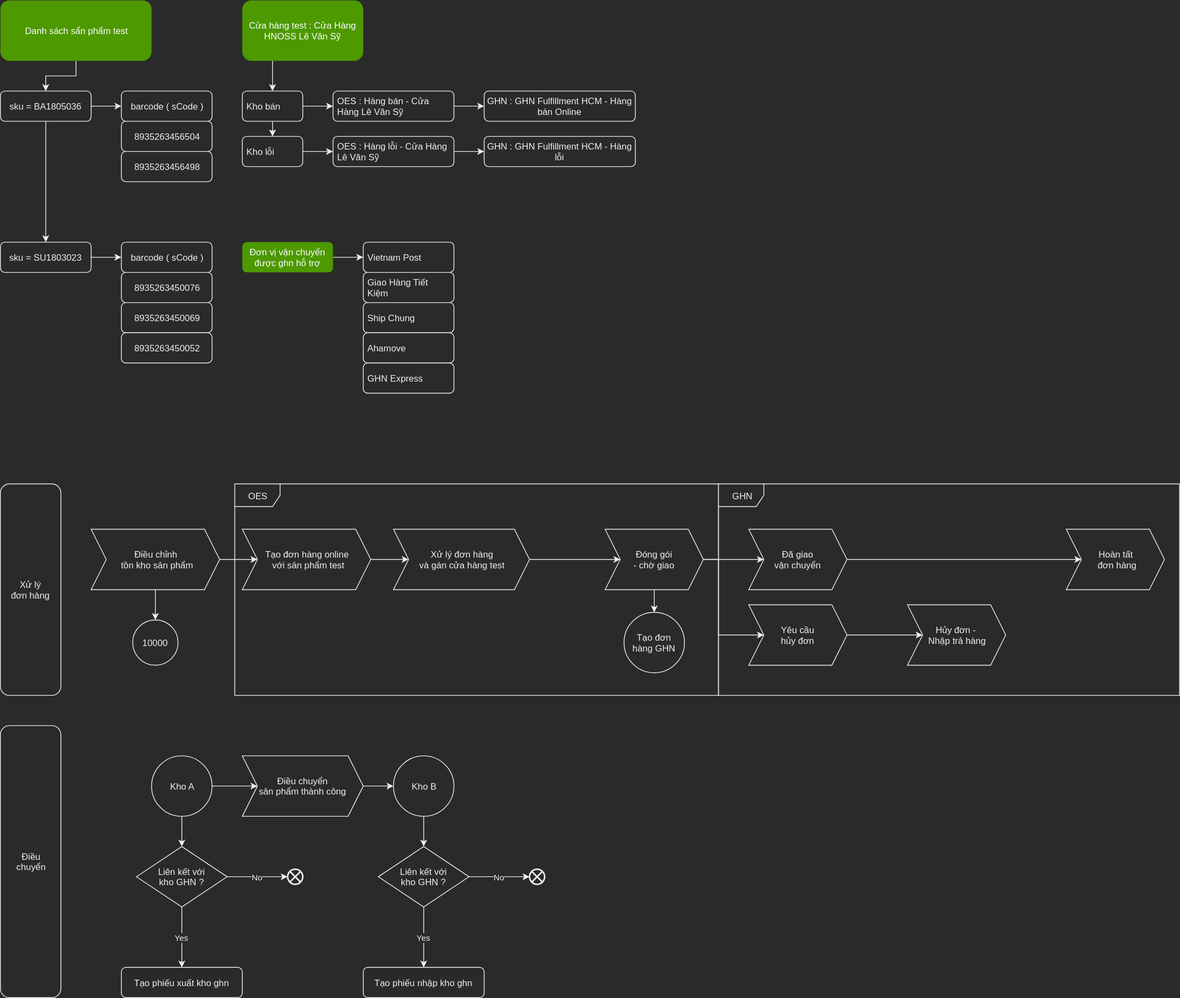
Before: OES-GHN-docs/flow-sync-oes-ghn.svg, a diagram exported from draw.io (hoangtd97/OES). Source tidied: cells renumbered, new cells last; positions are measured from the earlier drawing's top-left corner, leaving out a move shared by most shapes. Its diagram source:
```xml
<mxGraphModel background="#2A2A2A">
  <root>
    <mxCell id="0" />
    <mxCell id="1" parent="0" />
    <mxCell id="2" style="edgeStyle=orthogonalEdgeStyle;rounded=0;html=1;exitX=0.5;exitY=1;exitDx=0;exitDy=0;jettySize=auto;" parent="1" edge="1" source="3" target="6">
      <mxGeometry relative="1" as="geometry" />
    </mxCell>
    <mxCell id="3" value="Danh sách sẩn phẩm test" style="rounded=1;whiteSpace=wrap;html=1;fontSize=12;fontColor=#FFFFFF;strokeColor=none;fillColor=#4D9900;gradientColor=none;labelBackgroundColor=none;spacing=4;spacingLeft=0;spacingRight=0;" parent="1" vertex="1">
      <mxGeometry width="200" height="80" as="geometry" />
    </mxCell>
    <mxCell id="4" style="edgeStyle=orthogonalEdgeStyle;rounded=0;html=1;jettySize=auto;" parent="1" edge="1" source="6" target="7">
      <mxGeometry relative="1" as="geometry" />
    </mxCell>
    <mxCell id="5" style="edgeStyle=orthogonalEdgeStyle;rounded=0;html=1;exitX=0.5;exitY=1;exitDx=0;exitDy=0;entryX=0.5;entryY=0;entryDx=0;entryDy=0;jettySize=auto;" parent="1" edge="1" source="6" target="11">
      <mxGeometry relative="1" as="geometry" />
    </mxCell>
    <mxCell id="6" value="sku =&amp;nbsp;BA1805036" style="rounded=1;whiteSpace=wrap;html=1;" parent="1" vertex="1">
      <mxGeometry y="120" width="120" height="40" as="geometry" />
    </mxCell>
    <mxCell id="7" value="barcode ( sCode )" style="rounded=1;whiteSpace=wrap;html=1;" parent="1" vertex="1">
      <mxGeometry x="160" y="120" width="120" height="40" as="geometry" />
    </mxCell>
    <mxCell id="8" value="8935263456504" style="rounded=1;whiteSpace=wrap;html=1;" parent="1" vertex="1">
      <mxGeometry x="160" y="160" width="120" height="40" as="geometry" />
    </mxCell>
    <mxCell id="9" value="8935263456498" style="rounded=1;whiteSpace=wrap;html=1;" parent="1" vertex="1">
      <mxGeometry x="160" y="200" width="120" height="40" as="geometry" />
    </mxCell>
    <mxCell id="10" style="edgeStyle=orthogonalEdgeStyle;rounded=0;html=1;jettySize=auto;" parent="1" edge="1" source="11" target="12">
      <mxGeometry relative="1" as="geometry" />
    </mxCell>
    <mxCell id="11" value="sku =&amp;nbsp;SU1803023" style="rounded=1;whiteSpace=wrap;html=1;" parent="1" vertex="1">
      <mxGeometry y="320" width="120" height="40" as="geometry" />
    </mxCell>
    <mxCell id="12" value="barcode ( sCode )" style="rounded=1;whiteSpace=wrap;html=1;" parent="1" vertex="1">
      <mxGeometry x="160" y="320" width="120" height="40" as="geometry" />
    </mxCell>
    <mxCell id="13" value="8935263450076" style="rounded=1;whiteSpace=wrap;html=1;" parent="1" vertex="1">
      <mxGeometry x="160" y="360" width="120" height="40" as="geometry" />
    </mxCell>
    <mxCell id="14" value="8935263450069" style="rounded=1;whiteSpace=wrap;html=1;" parent="1" vertex="1">
      <mxGeometry x="160" y="400" width="120" height="40" as="geometry" />
    </mxCell>
    <mxCell id="15" value="8935263450052" style="rounded=1;whiteSpace=wrap;html=1;" parent="1" vertex="1">
      <mxGeometry x="160" y="440" width="120" height="40" as="geometry" />
    </mxCell>
    <mxCell id="16" style="edgeStyle=orthogonalEdgeStyle;rounded=0;html=1;exitX=0.25;exitY=1;exitDx=0;exitDy=0;entryX=0.5;entryY=0;entryDx=0;entryDy=0;jettySize=auto;" parent="1" edge="1" source="17" target="26">
      <mxGeometry relative="1" as="geometry" />
    </mxCell>
    <mxCell id="17" value="Cửa hàng test :&amp;nbsp;Cửa Hàng HNOSS Lê Văn Sỹ" style="rounded=1;whiteSpace=wrap;html=1;fontSize=12;fontColor=#FFFFFF;strokeColor=none;fillColor=#4D9900;gradientColor=none;labelBackgroundColor=none;spacing=4;spacingLeft=0;spacingRight=0;" parent="1" vertex="1">
      <mxGeometry x="320" width="160" height="80" as="geometry" />
    </mxCell>
    <mxCell id="18" style="edgeStyle=orthogonalEdgeStyle;rounded=0;html=1;jettySize=auto;" parent="1" edge="1" source="19" target="20">
      <mxGeometry relative="1" as="geometry" />
    </mxCell>
    <mxCell id="19" value="OES :&amp;nbsp;&lt;span&gt;Hàng bán - Cửa Hàng Lê Văn Sỹ&lt;/span&gt;" style="rounded=1;whiteSpace=wrap;html=1;align=left;spacing=5;" parent="1" vertex="1">
      <mxGeometry x="440" y="120" width="160" height="40" as="geometry" />
    </mxCell>
    <mxCell id="20" value="&lt;span&gt;GHN : GHN Fulfillment HCM -&amp;nbsp;&lt;/span&gt;&lt;span&gt;Hàng bán Online&lt;/span&gt;" style="rounded=1;whiteSpace=wrap;html=1;" parent="1" vertex="1">
      <mxGeometry x="640" y="120" width="200" height="40" as="geometry" />
    </mxCell>
    <mxCell id="21" style="edgeStyle=orthogonalEdgeStyle;rounded=0;html=1;jettySize=auto;" parent="1" edge="1" source="22" target="23">
      <mxGeometry relative="1" as="geometry" />
    </mxCell>
    <mxCell id="22" value="OES :&amp;nbsp;Hàng lỗi - Cửa Hàng Lê Văn Sỹ&lt;br&gt;" style="rounded=1;whiteSpace=wrap;html=1;align=left;spacing=5;" parent="1" vertex="1">
      <mxGeometry x="440" y="180" width="160" height="40" as="geometry" />
    </mxCell>
    <mxCell id="23" value="&lt;span&gt;GHN : GHN Fulfillment HCM -&amp;nbsp;&lt;/span&gt;&lt;span&gt;Hàng lỗi&lt;/span&gt;" style="rounded=1;whiteSpace=wrap;html=1;" parent="1" vertex="1">
      <mxGeometry x="640" y="180" width="200" height="40" as="geometry" />
    </mxCell>
    <mxCell id="24" style="edgeStyle=orthogonalEdgeStyle;rounded=0;html=1;exitX=1;exitY=0.5;exitDx=0;exitDy=0;entryX=0;entryY=0.5;entryDx=0;entryDy=0;jettySize=auto;" parent="1" edge="1" source="26" target="19">
      <mxGeometry relative="1" as="geometry" />
    </mxCell>
    <mxCell id="25" style="edgeStyle=orthogonalEdgeStyle;rounded=0;html=1;exitX=0.5;exitY=1;exitDx=0;exitDy=0;entryX=0.5;entryY=0;entryDx=0;entryDy=0;jettySize=auto;" parent="1" edge="1" source="26" target="28">
      <mxGeometry relative="1" as="geometry" />
    </mxCell>
    <mxCell id="26" value="Kho bán&lt;br&gt;" style="rounded=1;whiteSpace=wrap;html=1;align=left;spacing=5;" parent="1" vertex="1">
      <mxGeometry x="320" y="120" width="80" height="40" as="geometry" />
    </mxCell>
    <mxCell id="27" style="edgeStyle=orthogonalEdgeStyle;rounded=0;html=1;jettySize=auto;" parent="1" edge="1" source="28" target="22">
      <mxGeometry relative="1" as="geometry" />
    </mxCell>
    <mxCell id="28" value="Kho lỗi&lt;br&gt;" style="rounded=1;whiteSpace=wrap;html=1;align=left;spacing=5;" parent="1" vertex="1">
      <mxGeometry x="320" y="180" width="80" height="40" as="geometry" />
    </mxCell>
    <mxCell id="29" style="edgeStyle=orthogonalEdgeStyle;rounded=0;html=1;exitX=0.5;exitY=1;exitDx=0;exitDy=0;jettySize=auto;" parent="1" edge="1" source="31" target="42">
      <mxGeometry relative="1" as="geometry" />
    </mxCell>
    <mxCell id="30" style="edgeStyle=orthogonalEdgeStyle;rounded=0;html=1;jettySize=auto;" parent="1" edge="1" source="31" target="33">
      <mxGeometry relative="1" as="geometry" />
    </mxCell>
    <mxCell id="31" value="Điều chỉnh&lt;br&gt;&amp;nbsp;tồn kho sản phẩm" style="shape=step;perimeter=stepPerimeter;whiteSpace=wrap;html=1;fixedSize=1;rounded=0;align=center;" parent="1" vertex="1">
      <mxGeometry x="120" y="700" width="170" height="80" as="geometry" />
    </mxCell>
    <mxCell id="32" style="edgeStyle=orthogonalEdgeStyle;rounded=0;html=1;jettySize=auto;" parent="1" edge="1" source="33" target="35">
      <mxGeometry relative="1" as="geometry" />
    </mxCell>
    <mxCell id="33" value="Tạo đơn hàng online&lt;br&gt;&amp;nbsp;với sản phẩm test" style="shape=step;perimeter=stepPerimeter;whiteSpace=wrap;html=1;fixedSize=1;rounded=0;align=center;" parent="1" vertex="1">
      <mxGeometry x="320" y="700" width="170" height="80" as="geometry" />
    </mxCell>
    <mxCell id="34" style="edgeStyle=orthogonalEdgeStyle;rounded=0;html=1;jettySize=auto;entryX=0;entryY=0.5;entryDx=0;entryDy=0;" parent="1" edge="1" source="35" target="39">
      <mxGeometry relative="1" as="geometry">
        <Array as="points">
          <mxPoint x="790" y="740" />
          <mxPoint x="790" y="740" />
        </Array>
      </mxGeometry>
    </mxCell>
    <mxCell id="35" value="Xử lý đơn hàng &lt;br&gt;và gán cửa hàng test" style="shape=step;perimeter=stepPerimeter;whiteSpace=wrap;html=1;fixedSize=1;rounded=0;align=center;" parent="1" vertex="1">
      <mxGeometry x="520" y="700" width="180" height="80" as="geometry" />
    </mxCell>
    <mxCell id="36" style="edgeStyle=orthogonalEdgeStyle;rounded=0;html=1;jettySize=auto;" parent="1" edge="1" source="39" target="41">
      <mxGeometry relative="1" as="geometry" />
    </mxCell>
    <mxCell id="37" style="edgeStyle=orthogonalEdgeStyle;rounded=0;html=1;exitX=1;exitY=0.5;exitDx=0;exitDy=0;entryX=0;entryY=0.5;entryDx=0;entryDy=0;jettySize=auto;" parent="1" edge="1" source="39" target="47">
      <mxGeometry relative="1" as="geometry">
        <Array as="points">
          <mxPoint x="950" y="740" />
          <mxPoint x="950" y="840" />
        </Array>
      </mxGeometry>
    </mxCell>
    <mxCell id="38" style="edgeStyle=orthogonalEdgeStyle;rounded=0;html=1;exitX=0.5;exitY=1;exitDx=0;exitDy=0;jettySize=auto;fontSize=12;" parent="1" edge="1" source="39" target="56">
      <mxGeometry relative="1" as="geometry" />
    </mxCell>
    <mxCell id="39" value="Đóng gói &lt;br&gt;- chờ giao" style="shape=step;perimeter=stepPerimeter;whiteSpace=wrap;html=1;fixedSize=1;rounded=0;align=center;" parent="1" vertex="1">
      <mxGeometry x="800" y="700" width="130" height="80" as="geometry" />
    </mxCell>
    <mxCell id="40" style="edgeStyle=orthogonalEdgeStyle;rounded=0;html=1;entryX=0;entryY=0.5;entryDx=0;entryDy=0;jettySize=auto;" parent="1" edge="1" target="45">
      <mxGeometry relative="1" as="geometry">
        <mxPoint x="1090" y="740" as="sourcePoint" />
      </mxGeometry>
    </mxCell>
    <mxCell id="41" value="Đã giao &lt;br&gt;vận chuyển" style="shape=step;perimeter=stepPerimeter;whiteSpace=wrap;html=1;fixedSize=1;rounded=0;align=center;" parent="1" vertex="1">
      <mxGeometry x="990" y="700" width="130" height="80" as="geometry" />
    </mxCell>
    <mxCell id="42" value="10000" style="ellipse;whiteSpace=wrap;html=1;rounded=0;align=center;" parent="1" vertex="1">
      <mxGeometry x="175" y="820" width="60" height="60" as="geometry" />
    </mxCell>
    <mxCell id="43" value="OES" style="shape=umlFrame;whiteSpace=wrap;html=1;rounded=0;align=center;" parent="1" vertex="1">
      <mxGeometry x="310" y="640" width="640" height="280" as="geometry" />
    </mxCell>
    <mxCell id="44" value="GHN" style="shape=umlFrame;whiteSpace=wrap;html=1;rounded=0;align=center;" parent="1" vertex="1">
      <mxGeometry x="950" y="640" width="610" height="280" as="geometry" />
    </mxCell>
    <mxCell id="45" value="Hoàn tất&lt;br&gt;&amp;nbsp;đơn hàng" style="shape=step;perimeter=stepPerimeter;whiteSpace=wrap;html=1;fixedSize=1;rounded=0;align=center;" parent="1" vertex="1">
      <mxGeometry x="1410" y="700" width="130" height="80" as="geometry" />
    </mxCell>
    <mxCell id="46" style="edgeStyle=orthogonalEdgeStyle;rounded=0;html=1;jettySize=auto;" parent="1" edge="1" source="47" target="48">
      <mxGeometry relative="1" as="geometry" />
    </mxCell>
    <mxCell id="47" value="Yêu cầu &lt;br&gt;hủy đơn" style="shape=step;perimeter=stepPerimeter;whiteSpace=wrap;html=1;fixedSize=1;rounded=0;align=center;" parent="1" vertex="1">
      <mxGeometry x="990" y="800" width="130" height="80" as="geometry" />
    </mxCell>
    <mxCell id="48" value="Hủy đơn -&amp;nbsp;&lt;br&gt;Nhập trả hàng&lt;br&gt;" style="shape=step;perimeter=stepPerimeter;whiteSpace=wrap;html=1;fixedSize=1;rounded=0;align=center;" parent="1" vertex="1">
      <mxGeometry x="1200" y="800" width="130" height="80" as="geometry" />
    </mxCell>
    <mxCell id="49" style="edgeStyle=orthogonalEdgeStyle;rounded=0;html=1;jettySize=auto;" parent="1" edge="1" source="50" target="51">
      <mxGeometry relative="1" as="geometry" />
    </mxCell>
    <mxCell id="50" value="Đơn vị vận chuyển được ghn hỗ trợ" style="rounded=1;whiteSpace=wrap;html=1;align=center;spacing=4;fontSize=12;fontColor=#FFFFFF;strokeColor=none;fillColor=#4D9900;gradientColor=none;labelBackgroundColor=none;spacingLeft=0;spacingRight=0;" parent="1" vertex="1">
      <mxGeometry x="320" y="320" width="120" height="40" as="geometry" />
    </mxCell>
    <mxCell id="51" value="&lt;div&gt;&lt;span&gt;Vietnam Post&lt;/span&gt;&lt;/div&gt;" style="rounded=1;whiteSpace=wrap;html=1;align=left;spacing=5;" parent="1" vertex="1">
      <mxGeometry x="480" y="320" width="120" height="40" as="geometry" />
    </mxCell>
    <mxCell id="52" value="&lt;div&gt;&lt;span&gt;Giao Hàng Tiết Kiệm&lt;/span&gt;&lt;/div&gt;" style="rounded=1;whiteSpace=wrap;html=1;align=left;spacing=5;" parent="1" vertex="1">
      <mxGeometry x="480" y="360" width="120" height="40" as="geometry" />
    </mxCell>
    <mxCell id="53" value="&lt;div&gt;&lt;span&gt;Ship Chung&lt;/span&gt;&lt;/div&gt;" style="rounded=1;whiteSpace=wrap;html=1;align=left;spacing=5;" parent="1" vertex="1">
      <mxGeometry x="480" y="400" width="120" height="40" as="geometry" />
    </mxCell>
    <mxCell id="54" value="&lt;div&gt;&lt;span&gt;Ahamove&lt;/span&gt;&lt;/div&gt;" style="rounded=1;whiteSpace=wrap;html=1;align=left;spacing=5;" parent="1" vertex="1">
      <mxGeometry x="480" y="440" width="120" height="40" as="geometry" />
    </mxCell>
    <mxCell id="55" value="&lt;div&gt;&lt;span&gt;GHN Express&lt;/span&gt;&lt;/div&gt;" style="rounded=1;whiteSpace=wrap;html=1;align=left;spacing=5;" parent="1" vertex="1">
      <mxGeometry x="480" y="480" width="120" height="40" as="geometry" />
    </mxCell>
    <mxCell id="56" value="Tạo đơn hàng GHN" style="ellipse;whiteSpace=wrap;html=1;rounded=0;fontSize=12;align=center;spacing=5;" parent="1" vertex="1">
      <mxGeometry x="825" y="810" width="80" height="80" as="geometry" />
    </mxCell>
    <mxCell id="57" value="Xử lý &lt;br&gt;đơn hàng" style="rounded=1;whiteSpace=wrap;html=1;" parent="1" vertex="1">
      <mxGeometry y="640" width="80" height="280" as="geometry" />
    </mxCell>
    <mxCell id="58" value="Điều &lt;br&gt;chuyển" style="rounded=1;whiteSpace=wrap;html=1;" parent="1" vertex="1">
      <mxGeometry y="960" width="80" height="360" as="geometry" />
    </mxCell>
    <mxCell id="59" style="edgeStyle=orthogonalEdgeStyle;rounded=0;html=1;jettySize=auto;" parent="1" edge="1" source="61" target="63">
      <mxGeometry relative="1" as="geometry" />
    </mxCell>
    <mxCell id="60" style="edgeStyle=orthogonalEdgeStyle;rounded=0;html=1;jettySize=auto;" parent="1" edge="1" source="61" target="68">
      <mxGeometry relative="1" as="geometry" />
    </mxCell>
    <mxCell id="61" value="Kho A" style="ellipse;whiteSpace=wrap;html=1;" parent="1" vertex="1">
      <mxGeometry x="200" y="1000" width="80" height="80" as="geometry" />
    </mxCell>
    <mxCell id="62" style="edgeStyle=orthogonalEdgeStyle;rounded=0;html=1;jettySize=auto;" parent="1" edge="1" source="63" target="65">
      <mxGeometry relative="1" as="geometry" />
    </mxCell>
    <mxCell id="63" value="Điều chuyển &lt;br&gt;sản phẩm thành công" style="shape=step;perimeter=stepPerimeter;whiteSpace=wrap;html=1;fixedSize=1;rounded=0;align=center;" parent="1" vertex="1">
      <mxGeometry x="320" y="1000" width="160" height="80" as="geometry" />
    </mxCell>
    <mxCell id="64" style="edgeStyle=orthogonalEdgeStyle;rounded=0;html=1;jettySize=auto;" parent="1" edge="1" source="65" target="73">
      <mxGeometry relative="1" as="geometry" />
    </mxCell>
    <mxCell id="65" value="Kho B" style="ellipse;whiteSpace=wrap;html=1;" parent="1" vertex="1">
      <mxGeometry x="520" y="1000" width="80" height="80" as="geometry" />
    </mxCell>
    <mxCell id="66" value="No" style="edgeStyle=orthogonalEdgeStyle;rounded=0;html=1;jettySize=auto;" parent="1" edge="1" source="68">
      <mxGeometry relative="1" as="geometry">
        <mxPoint x="380" y="1160" as="targetPoint" />
      </mxGeometry>
    </mxCell>
    <mxCell id="67" value="Yes" style="edgeStyle=orthogonalEdgeStyle;rounded=0;html=1;jettySize=auto;" parent="1" edge="1" source="68">
      <mxGeometry relative="1" as="geometry">
        <mxPoint x="240" y="1280" as="targetPoint" />
      </mxGeometry>
    </mxCell>
    <mxCell id="68" value="Liên kết với &lt;br&gt;kho GHN ?" style="rhombus;whiteSpace=wrap;html=1;" parent="1" vertex="1">
      <mxGeometry x="180" y="1120" width="120" height="80" as="geometry" />
    </mxCell>
    <mxCell id="69" style="html=1;shape=mxgraph.sysml.flowFinal;strokeWidth=2;verticalLabelPosition=bottom;verticalAlignment=top;" parent="1" vertex="1">
      <mxGeometry x="380" y="1150" width="20" height="20" as="geometry" />
    </mxCell>
    <mxCell id="70" value="Tạo phiếu xuất kho ghn" style="shape=rect;html=1;rounded=1;whiteSpace=wrap;align=center;" parent="1" vertex="1">
      <mxGeometry x="160" y="1280" width="160" height="40" as="geometry" />
    </mxCell>
    <mxCell id="71" value="No" style="edgeStyle=orthogonalEdgeStyle;rounded=0;html=1;jettySize=auto;" parent="1" edge="1" source="73">
      <mxGeometry relative="1" as="geometry">
        <mxPoint x="700" y="1160" as="targetPoint" />
      </mxGeometry>
    </mxCell>
    <mxCell id="72" value="Yes" style="edgeStyle=orthogonalEdgeStyle;rounded=0;html=1;jettySize=auto;" parent="1" edge="1" source="73">
      <mxGeometry relative="1" as="geometry">
        <mxPoint x="560" y="1280" as="targetPoint" />
      </mxGeometry>
    </mxCell>
    <mxCell id="73" value="Liên kết với &lt;br&gt;kho GHN ?" style="rhombus;whiteSpace=wrap;html=1;" parent="1" vertex="1">
      <mxGeometry x="500" y="1120" width="120" height="80" as="geometry" />
    </mxCell>
    <mxCell id="74" style="html=1;shape=mxgraph.sysml.flowFinal;strokeWidth=2;verticalLabelPosition=bottom;verticalAlignment=top;" parent="1" vertex="1">
      <mxGeometry x="700" y="1150" width="20" height="20" as="geometry" />
    </mxCell>
    <mxCell id="75" value="Tạo phiếu nhập kho ghn" style="shape=rect;html=1;rounded=1;whiteSpace=wrap;align=center;" parent="1" vertex="1">
      <mxGeometry x="480" y="1280" width="160" height="40" as="geometry" />
    </mxCell>
  </root>
</mxGraphModel>
```
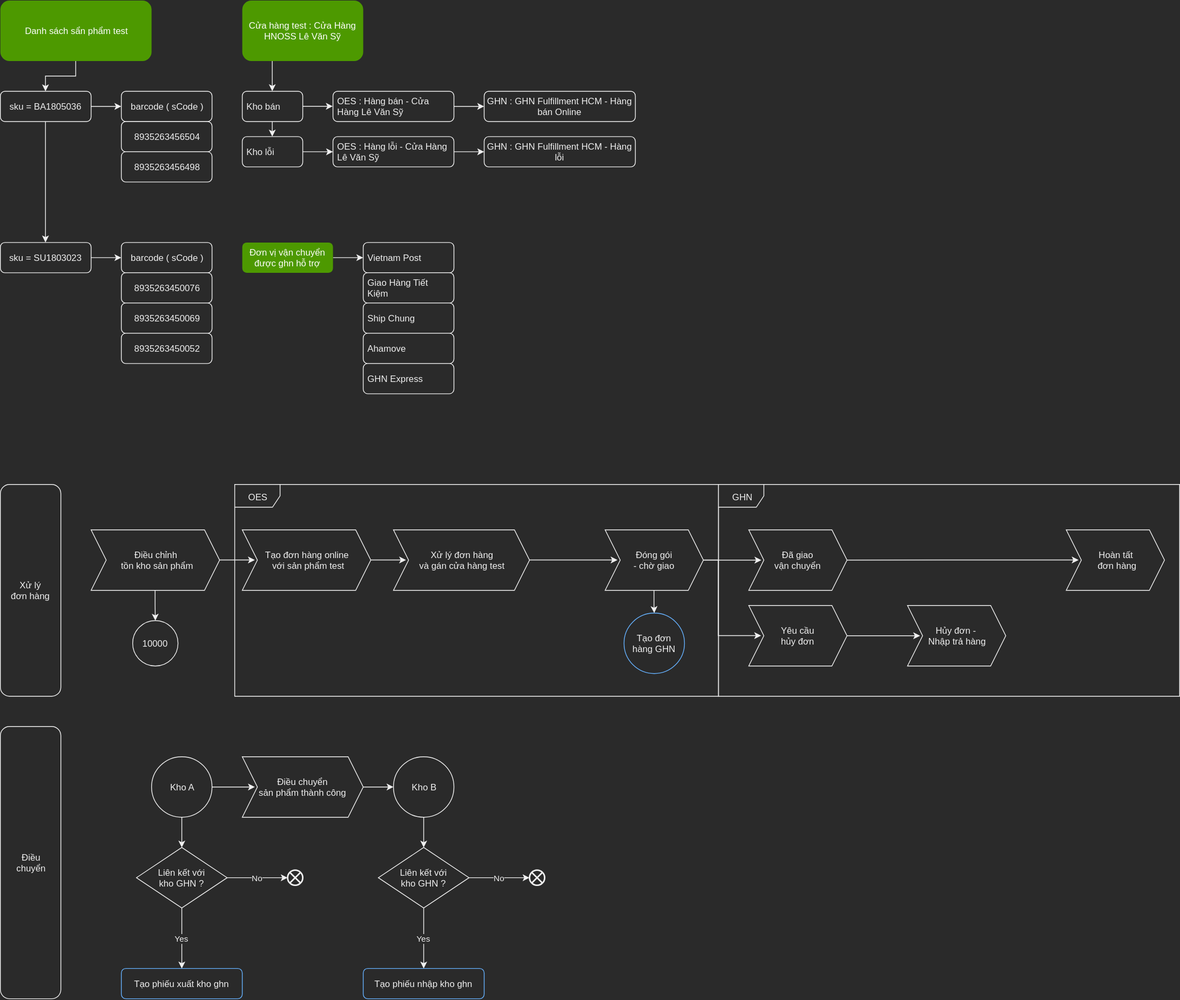
After the change.

Commit message:
[UPDATE] ad postman collection

Diff of the diagram source:
```diff
@@ -176,7 +176,7 @@
     <mxCell id="55" value="&lt;div&gt;&lt;span&gt;GHN Express&lt;/span&gt;&lt;/div&gt;" style="rounded=1;whiteSpace=wrap;html=1;align=left;spacing=5;" parent="1" vertex="1">
       <mxGeometry x="480" y="480" width="120" height="40" as="geometry" />
     </mxCell>
-    <mxCell id="56" value="Tạo đơn hàng GHN" style="ellipse;whiteSpace=wrap;html=1;rounded=0;fontSize=12;align=center;spacing=5;" parent="1" vertex="1">
+    <mxCell id="56" value="Tạo đơn hàng GHN" style="ellipse;whiteSpace=wrap;html=1;rounded=0;fontSize=12;align=center;spacing=5;strokeColor=#66B2FF;" parent="1" vertex="1">
       <mxGeometry x="825" y="810" width="80" height="80" as="geometry" />
     </mxCell>
     <mxCell id="57" value="Xử lý &lt;br&gt;đơn hàng" style="rounded=1;whiteSpace=wrap;html=1;" parent="1" vertex="1">
@@ -222,7 +222,7 @@
     <mxCell id="69" style="html=1;shape=mxgraph.sysml.flowFinal;strokeWidth=2;verticalLabelPosition=bottom;verticalAlignment=top;" parent="1" vertex="1">
       <mxGeometry x="380" y="1150" width="20" height="20" as="geometry" />
     </mxCell>
-    <mxCell id="70" value="Tạo phiếu xuất kho ghn" style="shape=rect;html=1;rounded=1;whiteSpace=wrap;align=center;" parent="1" vertex="1">
+    <mxCell id="70" value="Tạo phiếu xuất kho ghn" style="shape=rect;html=1;rounded=1;whiteSpace=wrap;align=center;strokeColor=#66B2FF;spacing=5;" parent="1" vertex="1">
       <mxGeometry x="160" y="1280" width="160" height="40" as="geometry" />
     </mxCell>
     <mxCell id="71" value="No" style="edgeStyle=orthogonalEdgeStyle;rounded=0;html=1;jettySize=auto;" parent="1" edge="1" source="73">
@@ -241,7 +241,7 @@
     <mxCell id="74" style="html=1;shape=mxgraph.sysml.flowFinal;strokeWidth=2;verticalLabelPosition=bottom;verticalAlignment=top;" parent="1" vertex="1">
       <mxGeometry x="700" y="1150" width="20" height="20" as="geometry" />
     </mxCell>
-    <mxCell id="75" value="Tạo phiếu nhập kho ghn" style="shape=rect;html=1;rounded=1;whiteSpace=wrap;align=center;" parent="1" vertex="1">
+    <mxCell id="75" value="Tạo phiếu nhập kho ghn" style="shape=rect;html=1;rounded=1;whiteSpace=wrap;align=center;strokeColor=#66B2FF;spacing=5;" parent="1" vertex="1">
       <mxGeometry x="480" y="1280" width="160" height="40" as="geometry" />
     </mxCell>
   </root>
```
